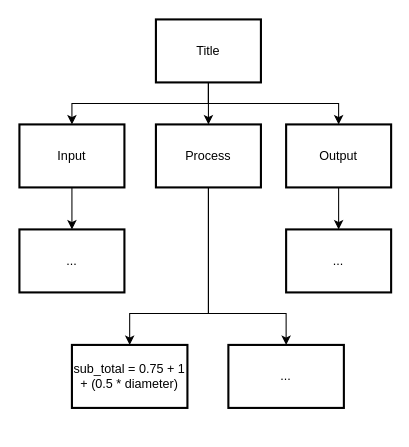
Before: drawio/topDownDesign/topDownDesign.drawio in Aidan-Lalonde-Novales/ICS3U-Unit4-03-Python, a draw.io diagram. Source tidied: cells renumbered, new cells numbered last; positions are measured from the earlier drawing's top-left corner, leaving out a move shared by most shapes. Both pictures are drawn from the tidied source at 105%, with x=0, y=0 at pixel (19, 19).
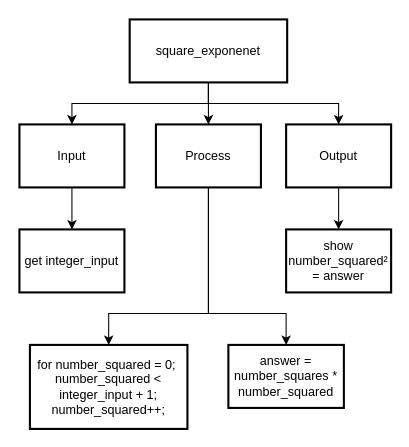
After the change.

Unchanged cells that the change refers to:
```xml
<mxCell id="4" value="Process" style="rounded=0;whiteSpace=wrap;html=1;absoluteArcSize=1;arcSize=14;strokeWidth=2;" parent="1" vertex="1">
  <mxGeometry x="130" y="100" width="100" height="60" as="geometry" />
</mxCell>
```

What changed in the source:
```diff
@@
     <mxCell id="2" style="edgeStyle=none;rounded=0;html=1;exitX=0.5;exitY=1;exitDx=0;exitDy=0;entryX=0.5;entryY=0;entryDx=0;entryDy=0;" parent="1" edge="1" source="4" target="15">
       <mxGeometry relative="1" as="geometry">
         <Array as="points">
           <mxPoint x="180" y="280" />
-          <mxPoint x="105" y="280" />
+          <mxPoint x="85" y="280" />
         </Array>
       </mxGeometry>
     </mxCell>
-    <mxCell id="3" style="edgeStyle=none;rounded=0;html=1;exitX=0.5;exitY=1;exitDx=0;exitDy=0;entryX=0.5;entryY=0;entryDx=0;entryDy=0;" parent="1" edge="1" source="4" target="16">
-      <mxGeometry relative="1" as="geometry">
-        <Array as="points">
-          <mxPoint x="180" y="280" />
-          <mxPoint x="254" y="280" />
-        </Array>
-      </mxGeometry>
-    </mxCell>
+    <mxCell id="17" style="edgeStyle=none;html=1;exitX=0.5;exitY=1;exitDx=0;exitDy=0;entryX=0.5;entryY=0;entryDx=0;entryDy=0;rounded=0;" parent="1" edge="1" source="4" target="18">
+      <mxGeometry relative="1" as="geometry">
+        <Array as="points">
+          <mxPoint x="180" y="280" />
+          <mxPoint x="254" y="280" />
+        </Array>
+      </mxGeometry>
+    </mxCell>
@@
-    <mxCell id="8" value="Title" style="rounded=0;whiteSpace=wrap;html=1;absoluteArcSize=1;arcSize=14;strokeWidth=2;" parent="1" vertex="1">
-      <mxGeometry x="130" width="100" height="60" as="geometry" />
+    <mxCell id="8" value="square_exponenet" style="rounded=0;whiteSpace=wrap;html=1;absoluteArcSize=1;arcSize=14;strokeWidth=2;" parent="1" vertex="1">
+      <mxGeometry x="105" width="150" height="60" as="geometry" />
     </mxCell>
@@
-    <mxCell id="13" value="..." style="rounded=0;whiteSpace=wrap;html=1;absoluteArcSize=1;arcSize=14;strokeWidth=2;" parent="1" vertex="1">
+    <mxCell id="13" value="get integer_input" style="rounded=0;whiteSpace=wrap;html=1;absoluteArcSize=1;arcSize=14;strokeWidth=2;" parent="1" vertex="1">
       <mxGeometry y="200" width="100" height="60" as="geometry" />
     </mxCell>
-    <mxCell id="14" value="..." style="rounded=0;whiteSpace=wrap;html=1;absoluteArcSize=1;arcSize=14;strokeWidth=2;" parent="1" vertex="1">
+    <mxCell id="14" value="show number_squared² = answer" style="rounded=0;whiteSpace=wrap;html=1;absoluteArcSize=1;arcSize=14;strokeWidth=2;" parent="1" vertex="1">
       <mxGeometry x="254" y="200" width="100" height="60" as="geometry" />
     </mxCell>
-    <mxCell id="15" value="sub_total = 0.75 + 1 + (0.5 * diameter)" style="rounded=0;whiteSpace=wrap;html=1;absoluteArcSize=1;arcSize=14;strokeWidth=2;" parent="1" vertex="1">
-      <mxGeometry x="50" y="310" width="110" height="60" as="geometry" />
+    <mxCell id="15" value="for number_squared = 0;&amp;nbsp; number_squared &amp;lt; integer_input + 1;&lt;br&gt;number_squared++;" style="rounded=0;whiteSpace=wrap;html=1;absoluteArcSize=1;arcSize=14;strokeWidth=2;" parent="1" vertex="1">
+      <mxGeometry x="10" y="310" width="150" height="80" as="geometry" />
     </mxCell>
-    <mxCell id="16" value="..." style="rounded=0;whiteSpace=wrap;html=1;absoluteArcSize=1;arcSize=14;strokeWidth=2;" parent="1" vertex="1">
-      <mxGeometry x="199" y="310" width="110" height="60" as="geometry" />
-    </mxCell>
+    <mxCell id="18" value="answer = number_squares * number_squared" style="rounded=0;whiteSpace=wrap;html=1;absoluteArcSize=1;arcSize=14;strokeWidth=2;" parent="1" vertex="1">
+      <mxGeometry x="199" y="310" width="110" height="60" as="geometry" />
+    </mxCell>
```
